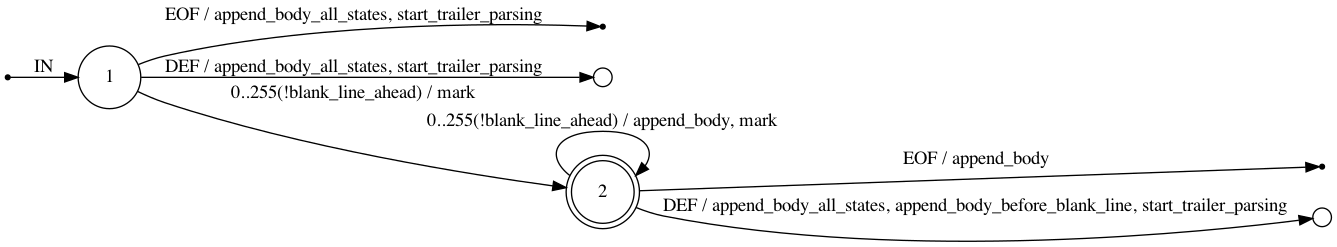
The Graphviz diagram parser/docs/body.png in leodido/go-conventionalcommits, before a commit. Its source is kept beside it as parser/docs/body.dot.
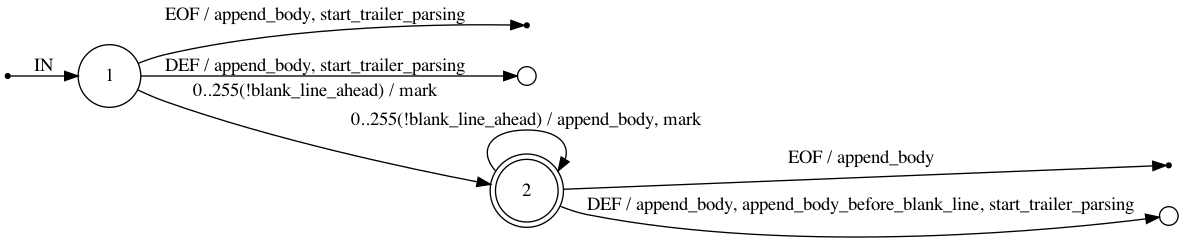
After the change.

Change to the diagram source:
```diff
@@ -11,10 +11,10 @@
 	2;
 	node [ shape = circle ];
 	1 -> 2 [ label = "0..255(!blank_line_ahead) / mark" ];
-	1 -> err_1 [ label = "DEF / append_body_all_states, start_trailer_parsing" ];
+	1 -> err_1 [ label = "DEF / append_body, start_trailer_parsing" ];
 	2 -> 2 [ label = "0..255(!blank_line_ahead) / append_body, mark" ];
-	2 -> err_2 [ label = "DEF / append_body_all_states, append_body_before_blank_line, start_trailer_parsing" ];
+	2 -> err_2 [ label = "DEF / append_body, append_body_before_blank_line, start_trailer_parsing" ];
 	ENTRY -> 1 [ label = "IN" ];
-	1 -> eof_1 [ label = "EOF / append_body_all_states, start_trailer_parsing" ];
+	1 -> eof_1 [ label = "EOF / append_body, start_trailer_parsing" ];
 	2 -> eof_2 [ label = "EOF / append_body" ];
 }
```
